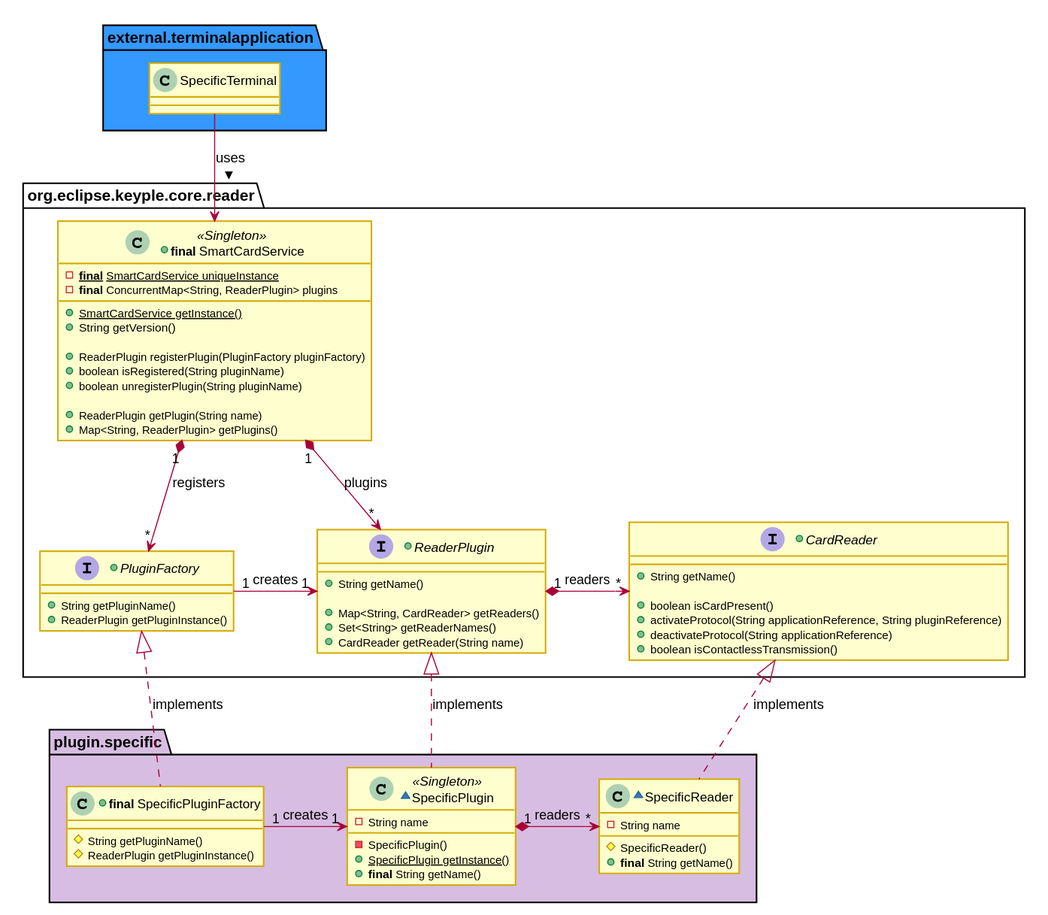
This is docs/KeypleCoreApi/img/KeypleCore_Reader_ClassDiag_SpecificPluginAndReader_1_0_0.svg from calypsonet/keyple, a PlantUML export, as it was before one commit. The source it was exported from:
```plantuml
@startuml
skinparam ClassBorderColor #D4AC0D
skinparam stereotypeABorderColor #A9DCDF
skinparam stereotypeIBorderColor #B4A7E5
skinparam stereotypeCBorderColor #ADD1B2
skinparam stereotypeEBorderColor #EB93DF
skinparam shadowing false

skinparam StateBorderColor #D4AC0D
skinparam ActivityBorderColor #D4AC0D

skinparam ClassBackgroundColor<<red>> #FDEDEC
skinparam ClassBorderColor<<red>> #E74C3C
hide <<red>> stereotype
skinparam ClassBackgroundColor<<purple>> #F4ECF7
skinparam ClassBorderColor<<purple>> #8E44AD
hide <<purple>> stereotype
skinparam ClassBackgroundColor<<blue>> #EBF5FB
skinparam ClassBorderColor<<blue>> #3498DB
hide <<blue>> stereotype
skinparam ClassBackgroundColor<<green>> #EAFAF1
skinparam ClassBorderColor<<green>> #2ECC71
hide <<green>> stereotype

skinparam ClassBackgroundColor<<orange>> #FDF2E9
skinparam ClassBorderColor<<orange>> #E67E22
hide <<orange>> stereotype

skinparam ClassBackgroundColor<<grey>> #EAECEE
skinparam ClassBorderColor<<grey>> #2C3E50
hide <<grey>> stereotype

package external.terminalapplication #3399FF {
  class SpecificTerminal
}

package org.eclipse.keyple.core.reader #FFFFFF {
+class "<b>final</b> SmartCardService" as SmartCardService << Singleton >> {
  -<b>final</b> {static}SmartCardService uniqueInstance
  -<b>final</b> ConcurrentMap<String, ReaderPlugin> plugins
  +{static}SmartCardService getInstance()
  +String getVersion()

  +ReaderPlugin registerPlugin(PluginFactory pluginFactory)
  +boolean isRegistered(String pluginName)
  +boolean unregisterPlugin(String pluginName)

  +ReaderPlugin getPlugin(String name)
  +Map<String, ReaderPlugin> getPlugins()
}
+interface PluginFactory {
  +String getPluginName()
  +ReaderPlugin getPluginInstance()
}
+interface ReaderPlugin {
  +String getName()

  +Map<String, CardReader> getReaders()
  +Set<String> getReaderNames()
  +CardReader getReader(String name)
}
+interface CardReader {
  +String getName()

  +boolean isCardPresent()
  +activateProtocol(String applicationReference, String pluginReference)
  +deactivateProtocol(String applicationReference)
  +boolean isContactlessTransmission()
}

  SmartCardService "1" *-down-> "*" ReaderPlugin : plugins
  ReaderPlugin "1" *-right-> "*" CardReader : readers

  SmartCardService "1" *--> "*" PluginFactory : registers
  PluginFactory "1" -right-> "1" ReaderPlugin : creates
}

package plugin.specific #D7BDE2 {
  +class "<b>final</b> SpecificPluginFactory" as SpecificPluginFactory {
    #String getPluginName()
    #ReaderPlugin getPluginInstance()
  }

  ~class SpecificPlugin << Singleton >> {
    -String name
    -SpecificPlugin()
    +{static} SpecificPlugin getInstance()
    +<b>final</b> String getName()
  }

  ~class SpecificReader {
    -String name
    #SpecificReader()
    +<b>final</b> String getName()
  }

  SpecificPluginFactory "1" -right-> "1" SpecificPlugin : creates
  SpecificPlugin "1" *-right-> "*" SpecificReader : readers
}

SpecificTerminal -down-> SmartCardService : uses >

PluginFactory <|.down. SpecificPluginFactory : implements
ReaderPlugin <|.. SpecificPlugin : implements
CardReader <|.. SpecificReader : implements
@enduml
```
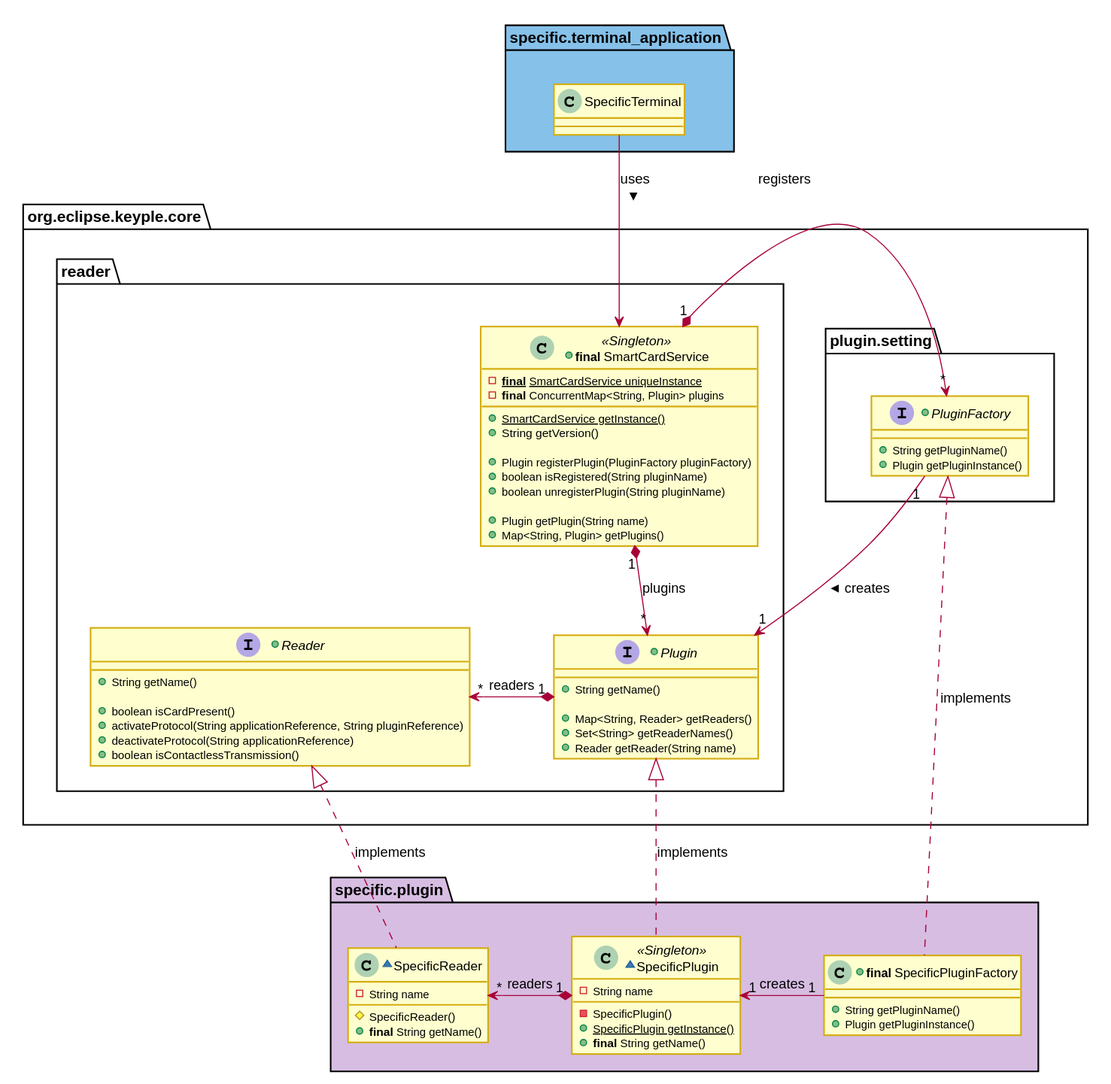
The same diagram one commit later.

Change to the diagram source:
```diff
@@ -30,36 +30,33 @@
 skinparam ClassBorderColor<<grey>> #2C3E50
 hide <<grey>> stereotype
 
-package external.terminalapplication #3399FF {
+package specific.terminal_application #85C1E9 {
   class SpecificTerminal
 }
 
-package org.eclipse.keyple.core.reader #FFFFFF {
+package org.eclipse.keyple.core #FFFFFF {
+  package reader #FFFFFF {
 +class "<b>final</b> SmartCardService" as SmartCardService << Singleton >> {
   -<b>final</b> {static}SmartCardService uniqueInstance
-  -<b>final</b> ConcurrentMap<String, ReaderPlugin> plugins
+  -<b>final</b> ConcurrentMap<String, Plugin> plugins
   +{static}SmartCardService getInstance()
   +String getVersion()
 
-  +ReaderPlugin registerPlugin(PluginFactory pluginFactory)
+  +Plugin registerPlugin(PluginFactory pluginFactory)
   +boolean isRegistered(String pluginName)
   +boolean unregisterPlugin(String pluginName)
 
-  +ReaderPlugin getPlugin(String name)
-  +Map<String, ReaderPlugin> getPlugins()
+  +Plugin getPlugin(String name)
+  +Map<String, Plugin> getPlugins()
 }
-+interface PluginFactory {
-  +String getPluginName()
-  +ReaderPlugin getPluginInstance()
-}
-+interface ReaderPlugin {
++interface Plugin {
   +String getName()
 
-  +Map<String, CardReader> getReaders()
+  +Map<String, Reader> getReaders()
   +Set<String> getReaderNames()
-  +CardReader getReader(String name)
+  +Reader getReader(String name)
 }
-+interface CardReader {
++interface Reader {
   +String getName()
 
   +boolean isCardPresent()
@@ -68,17 +65,26 @@
   +boolean isContactlessTransmission()
 }
 
-  SmartCardService "1" *-down-> "*" ReaderPlugin : plugins
-  ReaderPlugin "1" *-right-> "*" CardReader : readers
+    SmartCardService "1" *-down-> "*" Plugin : plugins
+    Plugin "1" *-left-> "*" Reader : readers
+  }
+  package plugin.setting #FFFFFF {
++interface PluginFactory {
+  +String getPluginName()
+  +Plugin getPluginInstance()
+}
+  }
 
-  SmartCardService "1" *--> "*" PluginFactory : registers
-  PluginFactory "1" -right-> "1" ReaderPlugin : creates
+  plugin.setting -left[hidden]- reader
+  SmartCardService "1" *-right-> "*" PluginFactory : registers
+  PluginFactory "1" --> "1" Plugin : creates >
 }
 
-package plugin.specific #D7BDE2 {
+
+package specific.plugin #D7BDE2 {
   +class "<b>final</b> SpecificPluginFactory" as SpecificPluginFactory {
-    #String getPluginName()
-    #ReaderPlugin getPluginInstance()
+    +String getPluginName()
+    +Plugin getPluginInstance()
   }
 
   ~class SpecificPlugin << Singleton >> {
@@ -97,10 +103,9 @@
   SpecificPluginFactory "1" -right-> "1" SpecificPlugin : creates
   SpecificPlugin "1" *-right-> "*" SpecificReader : readers
 }
-
 SpecificTerminal -down-> SmartCardService : uses >
 
 PluginFactory <|.down. SpecificPluginFactory : implements
-ReaderPlugin <|.. SpecificPlugin : implements
-CardReader <|.. SpecificReader : implements
+Plugin <|.down. SpecificPlugin : implements
+Reader <|.down. SpecificReader : implements
 @enduml
```
